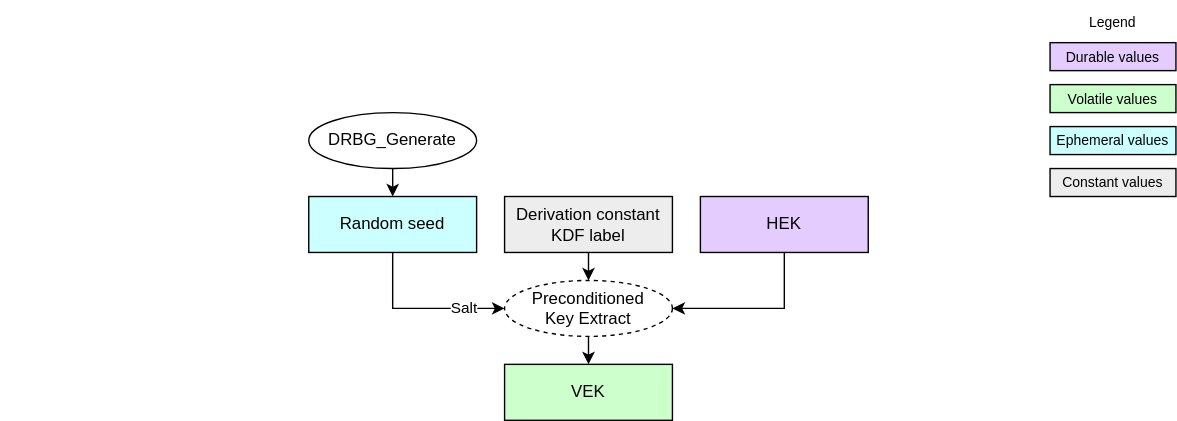
This is doc/ocp_lock/diagrams/vek_generation.drawio.svg from chipsalliance/Caliptra, a draw.io export, as it was before one commit. Source tidied: cells renumbered, new cells last; positions are measured from the earlier drawing's top-left corner, leaving out a move shared by most shapes.
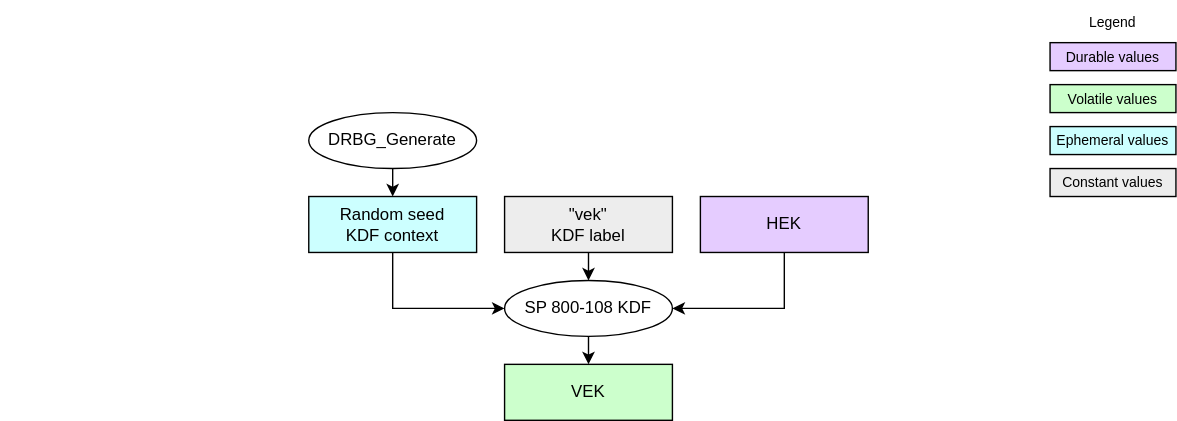
Above is the later version.

Commit message:
Simplify LOCK to avoid use of preconditioned-key-extract.

What changed in the source:
```diff
@@ -8,10 +8,7 @@
     <mxCell id="3" style="edgeStyle=orthogonalEdgeStyle;html=1;exitX=0.5;exitY=1;exitDx=0;exitDy=0;entryX=0;entryY=0.5;entryDx=0;entryDy=0;rounded=0;" parent="1" edge="1" source="5" target="14">
       <mxGeometry relative="1" as="geometry" />
     </mxCell>
-    <mxCell id="4" value="Salt" style="edgeLabel;html=1;align=center;verticalAlign=middle;" parent="3" vertex="1">
-      <mxGeometry x="0.5" y="1" relative="1" as="geometry" />
-    </mxCell>
-    <mxCell id="5" value="&lt;div&gt;&lt;font color=&quot;#000000&quot;&gt;Random seed&lt;/font&gt;&lt;/div&gt;" style="rounded=0;whiteSpace=wrap;html=1;align=center;verticalAlign=middle;shadow=0;glass=0;spacingLeft=0;spacingBottom=0;spacingTop=0;fillColor=#CCFFFF;" parent="1" vertex="1">
+    <mxCell id="5" value="&lt;div&gt;&lt;font color=&quot;#000000&quot;&gt;Random seed&lt;/font&gt;&lt;/div&gt;&lt;div&gt;&lt;font color=&quot;#000000&quot;&gt;KDF context&lt;/font&gt;&lt;/div&gt;" style="rounded=0;whiteSpace=wrap;html=1;align=center;verticalAlign=middle;shadow=0;glass=0;spacingLeft=0;spacingBottom=0;spacingTop=0;fillColor=#CCFFFF;" parent="1" vertex="1">
       <mxGeometry x="220" y="140" width="120" height="40" as="geometry" />
     </mxCell>
     <mxCell id="6" value="&lt;div&gt;&lt;font color=&quot;#000000&quot;&gt;VEK&lt;/font&gt;&lt;/div&gt;" style="rounded=0;whiteSpace=wrap;html=1;align=center;verticalAlign=middle;shadow=0;glass=0;spacingLeft=0;spacingBottom=0;spacingTop=0;fillColor=#CCFFCC;" parent="1" vertex="1">
@@ -38,7 +35,7 @@
     <mxCell id="13" style="edgeStyle=none;html=1;exitX=0.5;exitY=1;exitDx=0;exitDy=0;entryX=0.5;entryY=0;entryDx=0;entryDy=0;" parent="1" edge="1" source="14" target="6">
       <mxGeometry relative="1" as="geometry" />
     </mxCell>
-    <mxCell id="14" value="Preconditioned&lt;div&gt;Key Extract&lt;/div&gt;" style="ellipse;whiteSpace=wrap;html=1;fillColor=#FFFFFF;dashed=1;" parent="1" vertex="1">
+    <mxCell id="14" value="SP 800-108 KDF" style="ellipse;whiteSpace=wrap;html=1;fillColor=#FFFFFF;" parent="1" vertex="1">
       <mxGeometry x="360" y="200" width="120" height="40" as="geometry" />
     </mxCell>
     <mxCell id="15" value="&lt;div&gt;&lt;font color=&quot;#000000&quot;&gt;Ephemeral values&lt;/font&gt;&lt;/div&gt;" style="rounded=0;whiteSpace=wrap;html=1;align=center;verticalAlign=middle;shadow=0;glass=0;spacingLeft=0;spacingBottom=0;spacingTop=0;fillColor=#CCFFFF;fontSize=10;" parent="1" vertex="1">
@@ -50,7 +47,7 @@
     <mxCell id="17" style="edgeStyle=none;html=1;exitX=0.5;exitY=1;exitDx=0;exitDy=0;entryX=0.5;entryY=0;entryDx=0;entryDy=0;" parent="1" edge="1" source="18" target="14">
       <mxGeometry relative="1" as="geometry" />
     </mxCell>
-    <mxCell id="18" value="&lt;div&gt;&lt;font color=&quot;#000000&quot;&gt;Derivation constant KDF label&lt;/font&gt;&lt;/div&gt;" style="rounded=0;whiteSpace=wrap;html=1;align=center;verticalAlign=middle;shadow=0;glass=0;spacingLeft=0;spacingBottom=0;spacingTop=0;fillColor=#EDEDED;" parent="1" vertex="1">
+    <mxCell id="18" value="&lt;div&gt;&lt;font color=&quot;#000000&quot;&gt;&quot;vek&quot;&lt;/font&gt;&lt;/div&gt;&lt;div&gt;&lt;font color=&quot;#000000&quot;&gt;KDF label&lt;/font&gt;&lt;/div&gt;" style="rounded=0;whiteSpace=wrap;html=1;align=center;verticalAlign=middle;shadow=0;glass=0;spacingLeft=0;spacingBottom=0;spacingTop=0;fillColor=#EDEDED;" parent="1" vertex="1">
       <mxGeometry x="360" y="140" width="120" height="40" as="geometry" />
     </mxCell>
     <mxCell id="19" value="&lt;div&gt;&lt;font color=&quot;#000000&quot;&gt;Constant values&lt;/font&gt;&lt;/div&gt;" style="rounded=0;whiteSpace=wrap;html=1;align=center;verticalAlign=middle;shadow=0;glass=0;spacingLeft=0;spacingBottom=0;spacingTop=0;fillColor=#EDEDED;fontSize=10;" parent="1" vertex="1">
```
